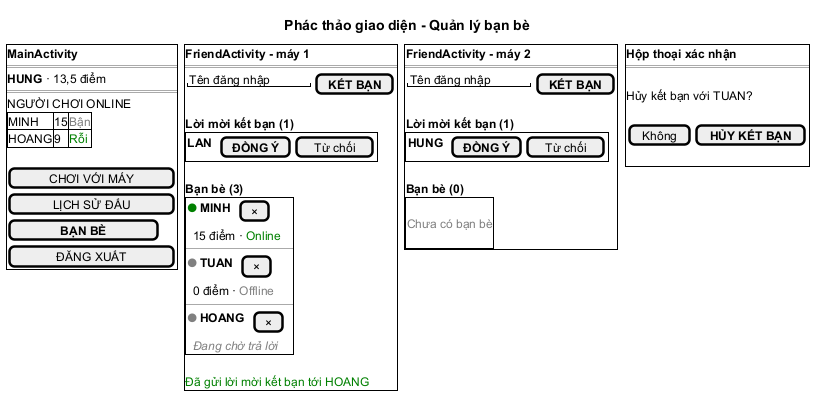
HungNguyenBa1811/math-dash keeps this PlantUML diagram as docs/hung/giao-dien-uc07.png. Above is the earlier version. Source of this version:
```plantuml
@startsalt giao-dien-uc07
title Phác thảo giao diện - Quản lý bạn bè
{
  {+
  <b>MainActivity
  ==
  <b>HUNG</b> · 13,5 điểm
  ==
  NGƯỜI CHƠI ONLINE
  {#
  MINH | 15 | <color:gray>Bận</color>
  HOANG | 9 | <color:green>Rỗi</color>
  }
  .
  [    CHƠI VỚI MÁY    ]
  [     LỊCH SỬ ĐẤU    ]
  [      <b>BẠN BÈ</b>      ]
  [      ĐĂNG XUẤT     ]
  } | . | {+
  <b>FriendActivity - máy 1
  ==
  { "Tên đăng nhập  " | [ <b>KẾT BẠN</b> ] }
  .
  <b>Lời mời kết bạn (1)
  {+
  { <b>LAN</b> | . | [ <b>ĐỒNG Ý</b> ] | [ Từ chối ] }
  }
  .
  <b>Bạn bè (3)
  {+
  { <color:green>●</color> | <b>MINH</b> | . | [ × ] }
  { . | 15 điểm · <color:green>Online</color> | . | . }
  --
  { <color:gray>●</color> | <b>TUAN</b> | . | [ × ] }
  { . | 0 điểm · <color:gray>Offline</color> | . | . }
  --
  { <color:gray>●</color> | <b>HOANG</b> | . | [ × ] }
  { . | <color:gray><i>Đang chờ trả lời</i></color> | . | . }
  }
  .
  <color:green>Đã gửi lời mời kết bạn tới HOANG</color>
  } | . | {+
  <b>FriendActivity - máy 2
  ==
  { "Tên đăng nhập  " | [ <b>KẾT BẠN</b> ] }
  .
  <b>Lời mời kết bạn (1)
  {+
  { <b>HUNG</b> | . | [ <b>ĐỒNG Ý</b> ] | [ Từ chối ] }
  }
  .
  <b>Bạn bè (0)
  {+
  .
  <color:gray>Chưa có bạn bè</color>
  .
  }
  } | . | {+
  <b>Hộp thoại xác nhận
  ==
  .
  Hủy kết bạn với TUAN?
  .
  { [ Không ] | [ <b>HỦY KẾT BẠN</b> ] }
  .
  }
}
@endsalt
```
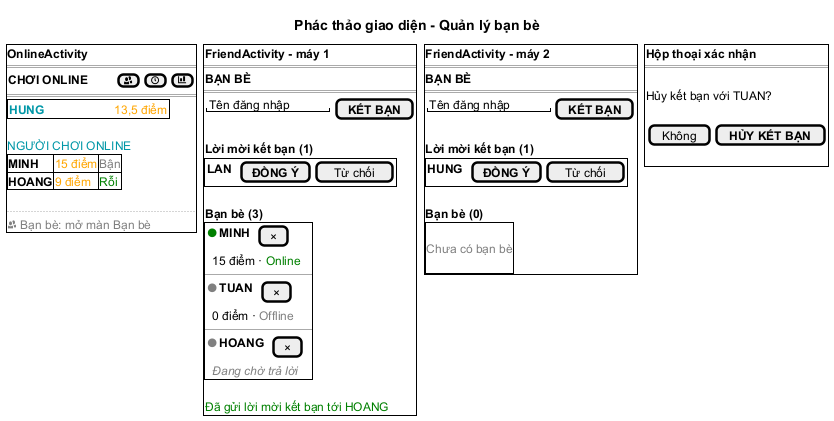
After the commit.

Change to the diagram source:
```diff
@@ -2,22 +2,26 @@
 title Phác thảo giao diện - Quản lý bạn bè
 {
   {+
-  <b>MainActivity
+  <b>OnlineActivity
   ==
-  <b>HUNG</b> · 13,5 điểm
+  { <b>CHƠI ONLINE</b> | <color:#FFFFFF>xxxx</color> | [<b><&people></b>] | [<&clock>] | [<&bar-chart>] }
   ==
-  NGƯỜI CHƠI ONLINE
-  {#
-  MINH | 15 | <color:gray>Bận</color>
-  HOANG | 9 | <color:green>Rỗi</color>
+  {+
+  { <b><color:#0097A7>HUNG</color></b> | <color:#FFFFFF>xxxxxxxxxxx</color> | <color:orange>13,5 điểm</color> }
   }
   .
-  [    CHƠI VỚI MÁY    ]
-  [     LỊCH SỬ ĐẤU    ]
-  [      <b>BẠN BÈ</b>      ]
-  [      ĐĂNG XUẤT     ]
+  <color:#0097A7>NGƯỜI CHƠI ONLINE</color>
+  {#
+  <b>MINH</b> | <color:orange>15 điểm</color> | <color:gray>Bận</color>
+  <b>HOANG</b> | <color:orange>9 điểm</color> | <color:green>Rỗi</color>
+  }
+  .
+  ..
+  <color:gray><&people> Bạn bè: mở màn Bạn bè</color>
   } | . | {+
   <b>FriendActivity - máy 1
+  ==
+  <b>BẠN BÈ</b>
   ==
   { "Tên đăng nhập  " | [ <b>KẾT BẠN</b> ] }
   .
@@ -41,6 +45,8 @@
   <color:green>Đã gửi lời mời kết bạn tới HOANG</color>
   } | . | {+
   <b>FriendActivity - máy 2
+  ==
+  <b>BẠN BÈ</b>
   ==
   { "Tên đăng nhập  " | [ <b>KẾT BẠN</b> ] }
   .
```
